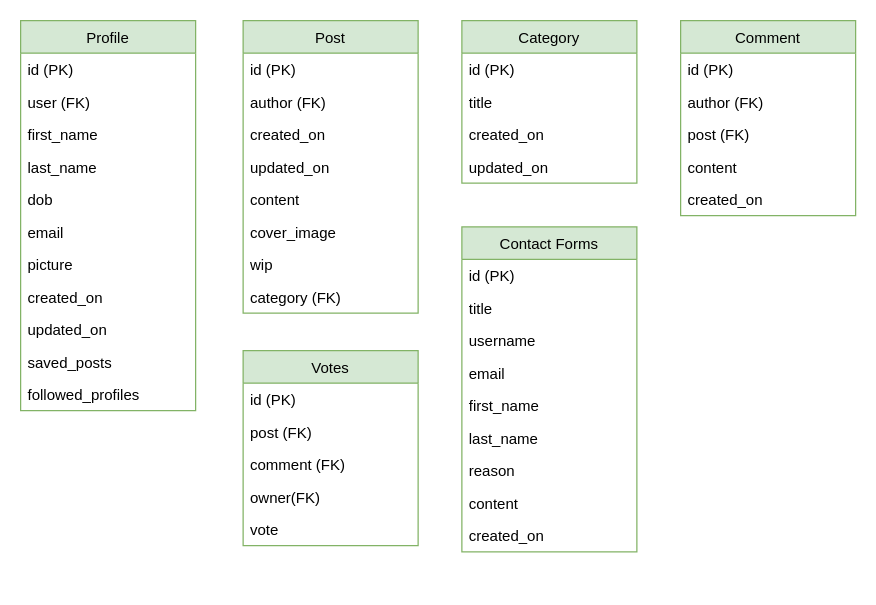
Above: docs/databasetables/database-tables.drawio in lukebinmore/guideshare-api (draw.io), before the change. Source tidied: cells renumbered, new cells numbered last; positions are measured from the earlier drawing's top-left corner, leaving out a move shared by most shapes. Both pictures are drawn from the tidied source at 125%, with x=0, y=0 at pixel (20, 20).
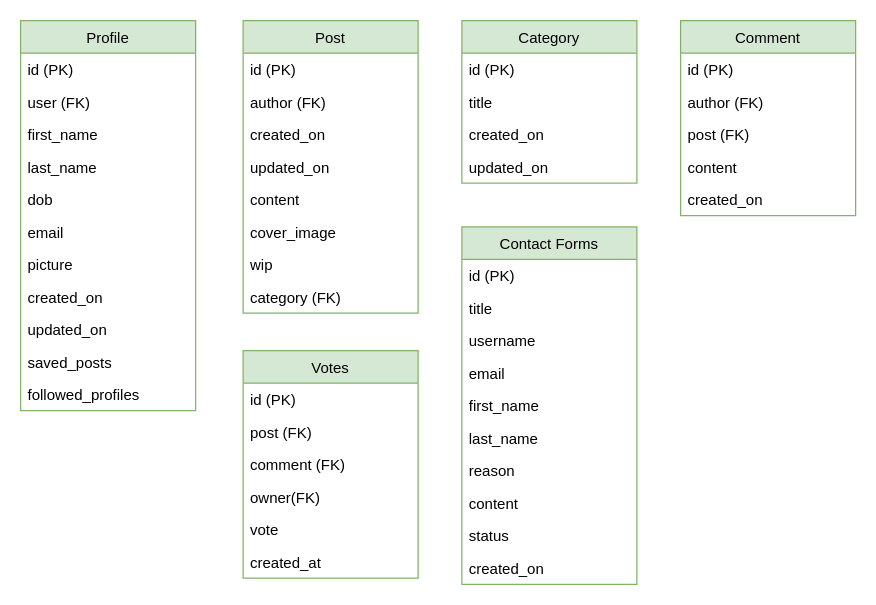
The same page after the edit.

Commit message (it also covers changes not shown here):
Change - Add created_at Field to Database Scheme Documentation

Change to the diagram source:
```diff
@@
     <mxCell id="34" value="Contact Forms" style="swimlane;fontStyle=0;horizontal=1;startSize=26;labelBackgroundColor=none;fillColor=#d5e8d4;strokeColor=#82b366;" parent="1" vertex="1">
-      <mxGeometry x="353" y="165" width="140" height="260" as="geometry" />
+      <mxGeometry x="353" y="165" width="140" height="286" as="geometry" />
     </mxCell>
@@
+    <mxCell id="50" value="status" style="text;strokeColor=none;fillColor=none;align=left;verticalAlign=top;spacingLeft=4;spacingRight=4;overflow=hidden;labelBackgroundColor=none;" parent="34" vertex="1">
+      <mxGeometry y="234" width="140" height="26" as="geometry" />
+    </mxCell>
     <mxCell id="43" value="created_on" style="text;strokeColor=none;fillColor=none;align=left;verticalAlign=top;spacingLeft=4;spacingRight=4;overflow=hidden;labelBackgroundColor=none;" parent="34" vertex="1">
-      <mxGeometry y="234" width="140" height="26" as="geometry" />
+      <mxGeometry y="260" width="140" height="26" as="geometry" />
     </mxCell>
     <mxCell id="44" value="Votes" style="swimlane;fontStyle=0;horizontal=1;startSize=26;labelBackgroundColor=none;fillColor=#d5e8d4;strokeColor=#82b366;" parent="1" vertex="1">
-      <mxGeometry x="178" y="264" width="140" height="156" as="geometry" />
+      <mxGeometry x="178" y="264" width="140" height="182" as="geometry" />
     </mxCell>
@@
+    <mxCell id="51" value="created_at" style="text;strokeColor=none;fillColor=none;align=left;verticalAlign=top;spacingLeft=4;spacingRight=4;overflow=hidden;labelBackgroundColor=none;" parent="44" vertex="1">
+      <mxGeometry y="156" width="140" height="26" as="geometry" />
+    </mxCell>
```
